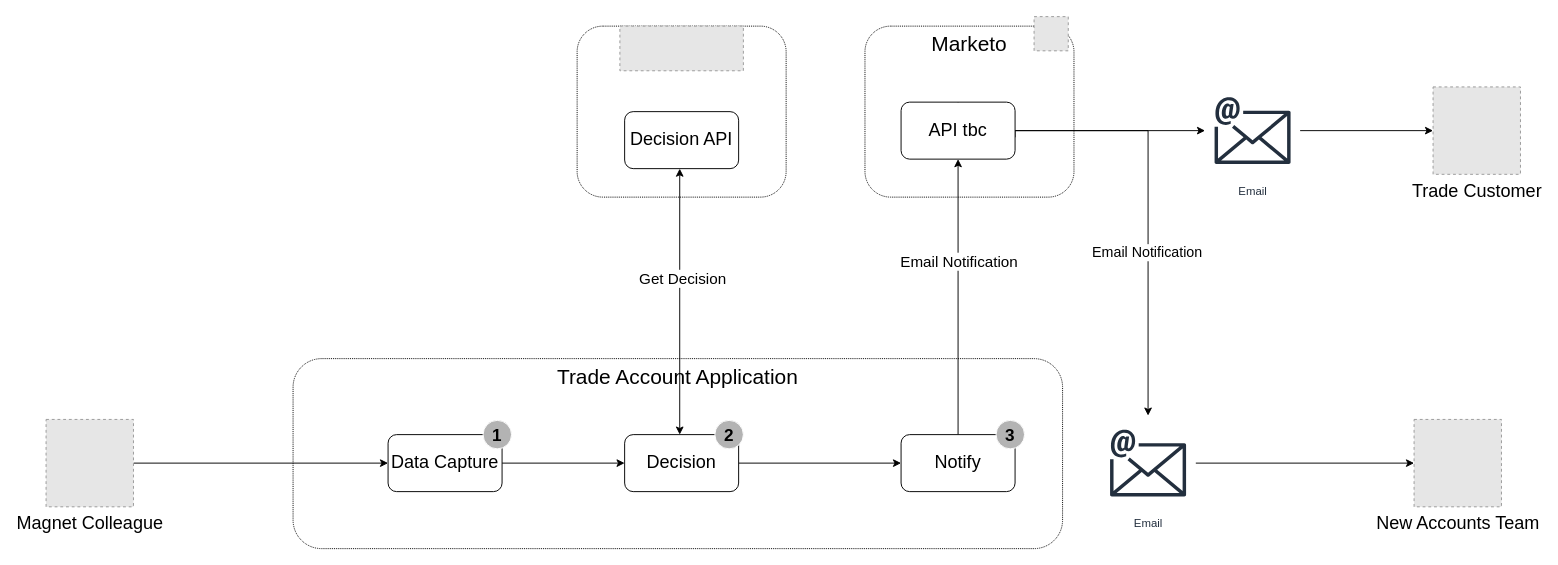
The draw.io diagram page "No Login Marketo" (3 of 5) of Account Application.drawio in mrf742002/Diagrams, before the edit. Source tidied: cells renumbered, new cells numbered last; positions are measured from the earlier drawing's top-left corner, leaving out a move shared by most shapes. Both pictures are drawn from the tidied source at 95%, with x=0, y=0 at pixel (46, 16). Pictures stored in the file or linked from it are replaced by grey dashed boxes.
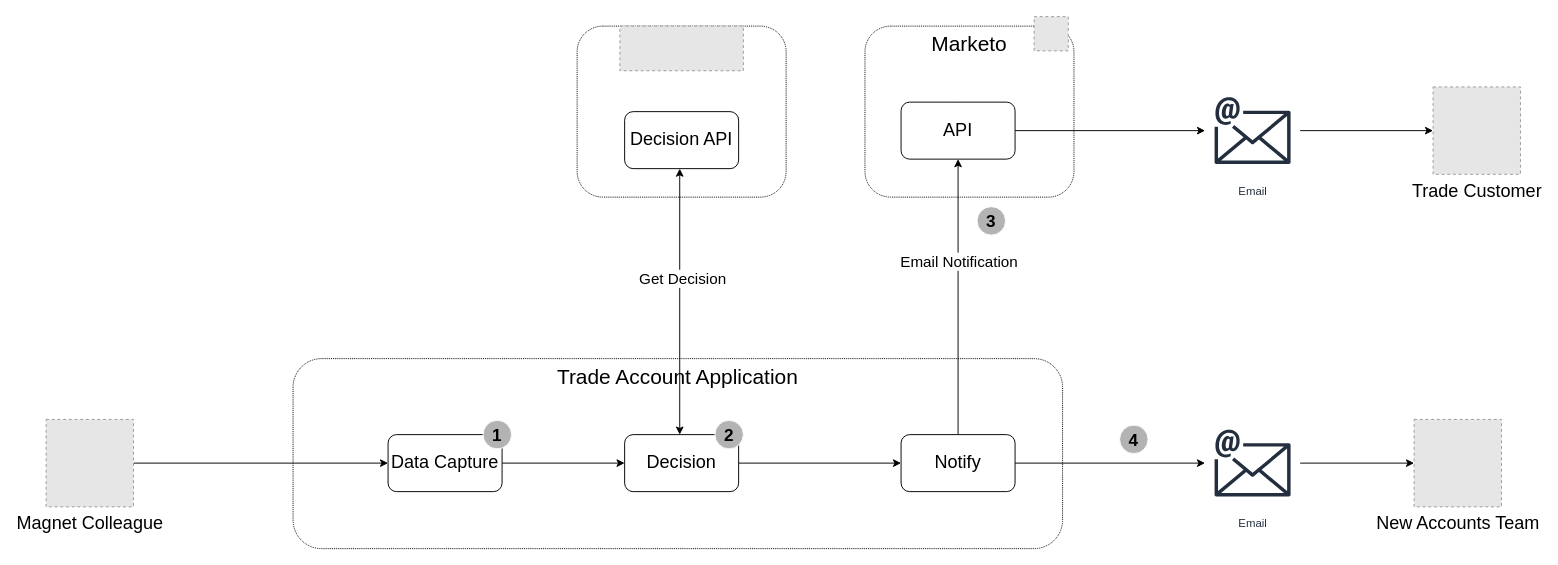
After the change.

Unchanged cells that the change refers to:
```xml
<mxCell id="20" value="Notify" style="rounded=1;whiteSpace=wrap;html=1;fontSize=19;" parent="1" vertex="1">
  <mxGeometry x="900" y="440" width="120" height="60" as="geometry" />
</mxCell>
```

What changed in the source:
```diff
@@
-    <mxCell id="12" style="edgeStyle=orthogonalEdgeStyle;rounded=0;jettySize=auto;html=1;startArrow=none;startFill=0;exitX=1;exitY=0.617;exitDx=0;exitDy=0;exitPerimeter=0;" parent="1" edge="1" source="24" target="26">
-      <mxGeometry relative="1" as="geometry">
-        <Array as="points">
-          <mxPoint x="1020" y="120" />
-          <mxPoint x="1160" y="120" />
-        </Array>
-      </mxGeometry>
+    <mxCell id="12" style="edgeStyle=orthogonalEdgeStyle;rounded=0;jettySize=auto;html=1;startArrow=none;startFill=0;exitX=1;exitY=0.5;exitDx=0;exitDy=0;" parent="1" edge="1" source="20" target="26">
+      <mxGeometry relative="1" as="geometry" />
     </mxCell>
-    <mxCell id="13" value="&lt;font style=&quot;font-size: 15px&quot;&gt;Email Notification&lt;/font&gt;" style="edgeLabel;html=1;align=center;verticalAlign=middle;" parent="12" vertex="1">
-      <mxGeometry x="0.23" y="-2" relative="1" as="geometry" />
-    </mxCell>
@@
-    <mxCell id="24" value="API tbc" style="rounded=1;whiteSpace=wrap;html=1;fontSize=19;" parent="1" vertex="1">
+    <mxCell id="24" value="API" style="rounded=1;whiteSpace=wrap;html=1;fontSize=19;" parent="1" vertex="1">
       <mxGeometry x="900" y="90" width="120" height="60" as="geometry" />
     </mxCell>
@@
     <mxCell id="26" value="Email" style="outlineConnect=0;fontColor=#232F3E;gradientColor=none;strokeColor=#232F3E;fillColor=#ffffff;dashed=0;verticalLabelPosition=bottom;verticalAlign=top;align=center;html=1;fontSize=12;fontStyle=0;shape=mxgraph.aws4.resourceIcon;resIcon=mxgraph.aws4.email;" parent="1" vertex="1">
-      <mxGeometry x="1110" y="420" width="100" height="100" as="geometry" />
+      <mxGeometry x="1220" y="420" width="100" height="100" as="geometry" />
     </mxCell>
@@
     <mxCell id="31" value="&lt;b&gt;&lt;font style=&quot;font-size: 18px&quot;&gt;3&lt;/font&gt;&lt;/b&gt;" style="ellipse;whiteSpace=wrap;html=1;strokeColor=#FFFFFF;fillColor=#B3B3B3;fontSize=20;" parent="1" vertex="1">
-      <mxGeometry x="1000" y="425" width="30" height="30" as="geometry" />
+      <mxGeometry x="980" y="200" width="30" height="30" as="geometry" />
     </mxCell>
+    <mxCell id="32" value="&lt;b&gt;&lt;font style=&quot;font-size: 18px&quot;&gt;4&lt;/font&gt;&lt;/b&gt;" style="ellipse;whiteSpace=wrap;html=1;strokeColor=#FFFFFF;fillColor=#B3B3B3;fontSize=20;" parent="1" vertex="1">
+      <mxGeometry x="1130" y="430" width="30" height="30" as="geometry" />
+    </mxCell>
```
